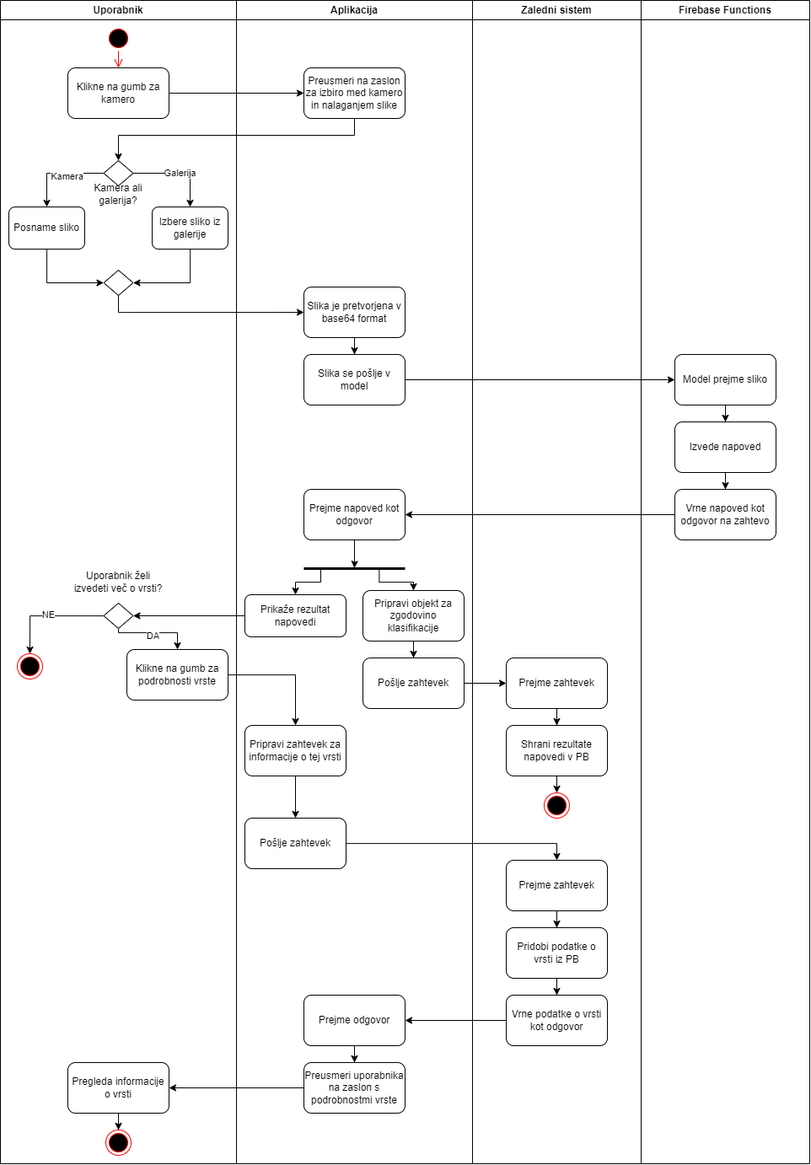
Before: Documentation/ActivityDiagrams/PlantClassification/DA_KlasifikacijaRastline.png, a diagram exported from draw.io (zala-lahovnik/BotaniAI). Source tidied: cells renumbered, new cells last; positions are measured from the earlier drawing's top-left corner, leaving out a move shared by most shapes.
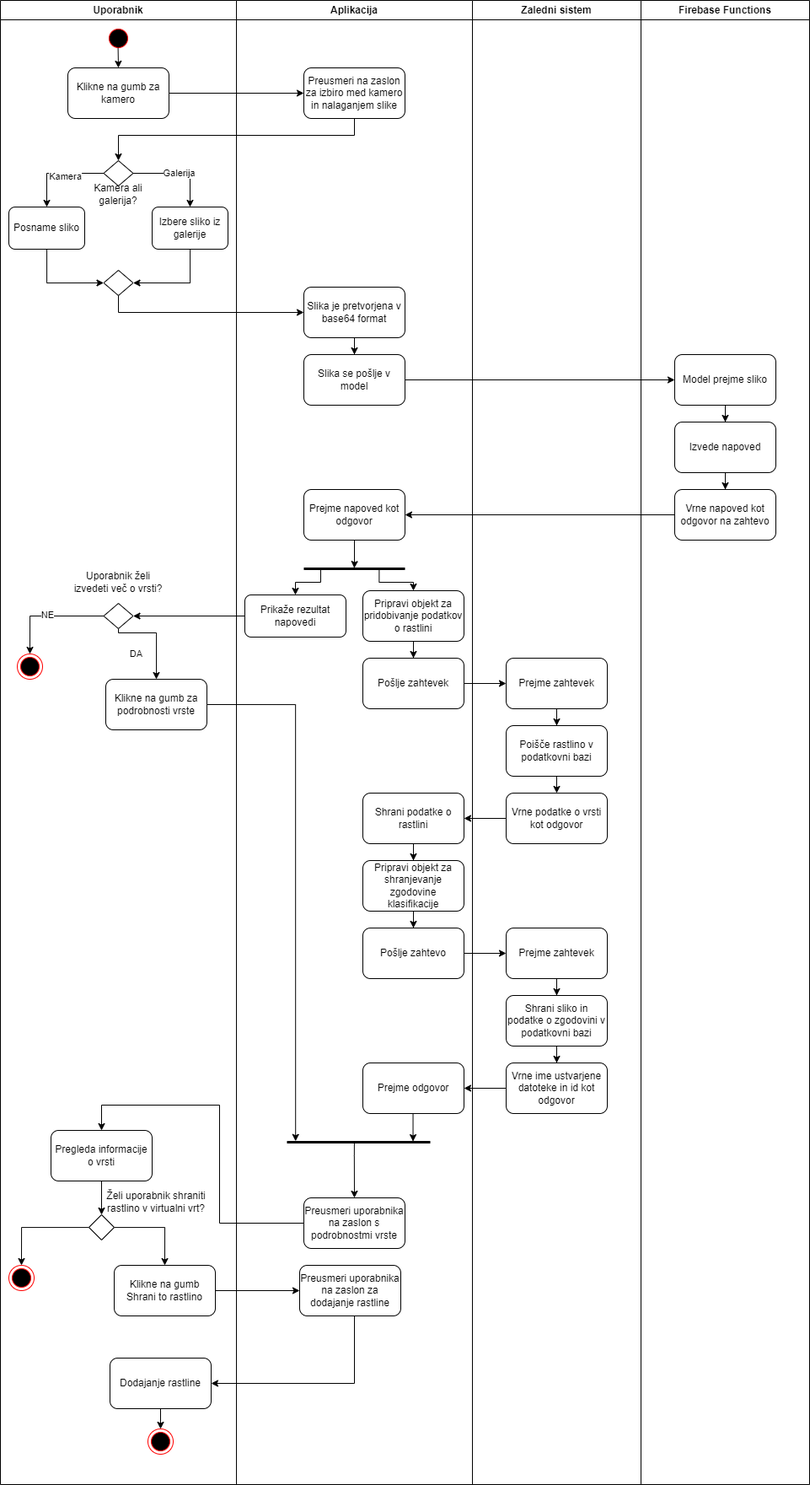
The same file after the commit.

Commit message:
docs: update activity diagram for plant classification

The edit, as a diff of the source:
```diff
@@ -3,12 +3,12 @@
     <mxCell id="0" />
     <mxCell id="1" parent="0" />
     <mxCell id="2" value="Uporabnik" style="swimlane;whiteSpace=wrap;html=1;" parent="1" vertex="1">
-      <mxGeometry width="280" height="1380" as="geometry" />
+      <mxGeometry width="280" height="1760" as="geometry" />
     </mxCell>
     <mxCell id="3" style="ellipse;html=1;shape=startState;fillColor=#000000;strokeColor=#ff0000;" parent="2" vertex="1">
       <mxGeometry x="125" y="30" width="30" height="30" as="geometry" />
     </mxCell>
-    <mxCell id="4" style="edgeStyle=orthogonalEdgeStyle;html=1;verticalAlign=bottom;endArrow=open;endSize=8;strokeColor=#ff0000;rounded=0;entryX=0.5;entryY=0;entryDx=0;entryDy=0;" parent="2" edge="1" source="3" target="5">
+    <mxCell id="4" style="edgeStyle=orthogonalEdgeStyle;rounded=0;jettySize=auto;html=1;exitX=0.486;exitY=0.869;exitDx=0;exitDy=0;exitPerimeter=0;entryX=0.5;entryY=0;entryDx=0;entryDy=0;" parent="2" edge="1" source="3" target="5">
       <mxGeometry relative="1" as="geometry" />
     </mxCell>
     <mxCell id="5" value="Klikne na gumb za kamero" style="rounded=1;whiteSpace=wrap;html=1;" parent="2" vertex="1">
@@ -67,7 +67,7 @@
       <mxGeometry x="122.5" y="320" width="35" height="30" as="geometry" />
     </mxCell>
     <mxCell id="17" value="Klikne na gumb za podrobnosti vrste" style="whiteSpace=wrap;html=1;rounded=1;" parent="2" vertex="1">
-      <mxGeometry x="150" y="770" width="120" height="60" as="geometry" />
+      <mxGeometry x="125" y="805" width="120" height="60" as="geometry" />
     </mxCell>
     <mxCell id="18" style="edgeStyle=orthogonalEdgeStyle;rounded=0;jettySize=auto;html=1;entryX=0.5;entryY=0;entryDx=0;entryDy=0;" parent="2" edge="1" source="22" target="23">
       <mxGeometry relative="1" as="geometry" />
@@ -79,7 +79,7 @@
       <mxGeometry relative="1" as="geometry">
         <Array as="points">
           <mxPoint x="140" y="750" />
-          <mxPoint x="210" y="750" />
+          <mxPoint x="185" y="750" />
         </Array>
       </mxGeometry>
     </mxCell>
@@ -97,17 +97,45 @@
     <mxCell id="24" value="Uporabnik želi izvedeti več o vrsti?" style="text;html=1;strokeColor=none;fillColor=none;align=center;verticalAlign=middle;whiteSpace=wrap;rounded=0;" parent="2" vertex="1">
       <mxGeometry x="85" y="675" width="110" height="30" as="geometry" />
     </mxCell>
-    <mxCell id="25" style="edgeStyle=orthogonalEdgeStyle;rounded=0;jettySize=auto;html=1;entryX=0.5;entryY=0;entryDx=0;entryDy=0;" parent="2" edge="1" source="26" target="27">
-      <mxGeometry relative="1" as="geometry" />
-    </mxCell>
+    <mxCell id="76" style="edgeStyle=orthogonalEdgeStyle;rounded=0;jettySize=auto;html=1;entryX=0.5;entryY=0;entryDx=0;entryDy=0;" parent="2" edge="1" source="26" target="79">
+      <mxGeometry relative="1" as="geometry" />
+    </mxCell>
     <mxCell id="26" value="Pregleda informacije o vrsti" style="whiteSpace=wrap;html=1;rounded=1;" parent="2" vertex="1">
-      <mxGeometry x="80" y="1260" width="120" height="60" as="geometry" />
+      <mxGeometry x="60" y="1340" width="120" height="60" as="geometry" />
     </mxCell>
     <mxCell id="27" style="ellipse;html=1;shape=endState;fillColor=#000000;strokeColor=#ff0000;" parent="2" vertex="1">
-      <mxGeometry x="125" y="1340" width="30" height="30" as="geometry" />
+      <mxGeometry x="10" y="1500" width="30" height="30" as="geometry" />
     </mxCell>
+    <mxCell id="77" style="edgeStyle=orthogonalEdgeStyle;rounded=0;jettySize=auto;html=1;entryX=0.5;entryY=0;entryDx=0;entryDy=0;" parent="2" edge="1" source="79" target="27">
+      <mxGeometry relative="1" as="geometry" />
+    </mxCell>
+    <mxCell id="78" style="edgeStyle=orthogonalEdgeStyle;rounded=0;jettySize=auto;html=1;entryX=0.5;entryY=0;entryDx=0;entryDy=0;" parent="2" edge="1" source="79" target="81">
+      <mxGeometry relative="1" as="geometry">
+        <Array as="points">
+          <mxPoint x="195" y="1455" />
+        </Array>
+      </mxGeometry>
+    </mxCell>
+    <mxCell id="79" style="rhombus;whiteSpace=wrap;html=1;" parent="2" vertex="1">
+      <mxGeometry x="105" y="1440" width="30" height="30" as="geometry" />
+    </mxCell>
+    <mxCell id="80" value="Želi uporabnik shraniti rastlino v virtualni vrt?" style="text;html=1;strokeColor=none;fillColor=none;align=center;verticalAlign=middle;whiteSpace=wrap;rounded=0;" parent="2" vertex="1">
+      <mxGeometry x="120" y="1410" width="130" height="30" as="geometry" />
+    </mxCell>
+    <mxCell id="81" value="Klikne na gumb Shrani to rastlino" style="rounded=1;whiteSpace=wrap;html=1;" parent="2" vertex="1">
+      <mxGeometry x="135" y="1500" width="120" height="60" as="geometry" />
+    </mxCell>
+    <mxCell id="82" style="edgeStyle=orthogonalEdgeStyle;rounded=0;jettySize=auto;html=1;entryX=0.5;entryY=0;entryDx=0;entryDy=0;" parent="2" edge="1" source="83" target="84">
+      <mxGeometry relative="1" as="geometry" />
+    </mxCell>
+    <mxCell id="83" value="Dodajanje rastline" style="whiteSpace=wrap;html=1;rounded=1;" parent="2" vertex="1">
+      <mxGeometry x="130" y="1610" width="120" height="60" as="geometry" />
+    </mxCell>
+    <mxCell id="84" style="ellipse;html=1;shape=endState;fillColor=#000000;strokeColor=#ff0000;" parent="2" vertex="1">
+      <mxGeometry x="175" y="1694" width="30" height="30" as="geometry" />
+    </mxCell>
     <mxCell id="28" value="Aplikacija" style="swimlane;whiteSpace=wrap;html=1;" parent="1" vertex="1">
-      <mxGeometry x="280" width="280" height="1380" as="geometry" />
+      <mxGeometry x="280" width="280" height="1760" as="geometry" />
     </mxCell>
     <mxCell id="29" value="Preusmeri na zaslon za izbiro med kamero in nalaganjem slike" style="rounded=1;whiteSpace=wrap;html=1;" parent="28" vertex="1">
       <mxGeometry x="80" y="80" width="120" height="60" as="geometry" />
@@ -138,7 +166,7 @@
     <mxCell id="36" style="edgeStyle=orthogonalEdgeStyle;rounded=0;jettySize=auto;html=1;" parent="28" edge="1" source="37" target="38">
       <mxGeometry relative="1" as="geometry" />
     </mxCell>
-    <mxCell id="37" value="Pripravi objekt za zgodovino klasifikacije" style="rounded=1;whiteSpace=wrap;html=1;" parent="28" vertex="1">
+    <mxCell id="37" value="Pripravi objekt za pridobivanje podatkov o rastlini" style="rounded=1;whiteSpace=wrap;html=1;" parent="28" vertex="1">
       <mxGeometry x="150" y="700" width="120" height="60" as="geometry" />
     </mxCell>
     <mxCell id="38" value="Pošlje zahtevek" style="rounded=1;whiteSpace=wrap;html=1;" parent="28" vertex="1">
@@ -163,26 +191,50 @@
     <mxCell id="41" style="line;strokeWidth=3;fillColor=none;align=left;verticalAlign=middle;spacingTop=-1;spacingLeft=3;spacingRight=3;labelPosition=right;points=[];portConstraint=eastwest;strokeColor=inherit;" parent="28" vertex="1">
       <mxGeometry x="80" y="670" width="120" height="8" as="geometry" />
     </mxCell>
-    <mxCell id="42" value="Pripravi zahtevek za informacije o tej vrsti" style="whiteSpace=wrap;html=1;rounded=1;" parent="28" vertex="1">
-      <mxGeometry x="10" y="860" width="120" height="60" as="geometry" />
-    </mxCell>
-    <mxCell id="43" value="Pošlje zahtevek" style="rounded=1;whiteSpace=wrap;html=1;" parent="28" vertex="1">
-      <mxGeometry x="10" y="970" width="120" height="60" as="geometry" />
-    </mxCell>
-    <mxCell id="44" style="edgeStyle=orthogonalEdgeStyle;rounded=0;jettySize=auto;html=1;" parent="28" edge="1" source="42" target="43">
-      <mxGeometry relative="1" as="geometry" />
-    </mxCell>
-    <mxCell id="45" style="edgeStyle=orthogonalEdgeStyle;rounded=0;jettySize=auto;html=1;" parent="28" edge="1" source="46" target="47">
-      <mxGeometry relative="1" as="geometry" />
-    </mxCell>
+    <mxCell id="85" style="edgeStyle=orthogonalEdgeStyle;rounded=0;jettySize=auto;html=1;entryX=0.88;entryY=0.378;entryDx=0;entryDy=0;entryPerimeter=0;" parent="28" edge="1" source="46" target="92">
+      <mxGeometry relative="1" as="geometry">
+        <Array as="points">
+          <mxPoint x="210" y="1353" />
+        </Array>
+      </mxGeometry>
+    </mxCell>
     <mxCell id="46" value="Prejme odgovor" style="whiteSpace=wrap;html=1;rounded=1;" parent="28" vertex="1">
-      <mxGeometry x="80" y="1180" width="120" height="60" as="geometry" />
+      <mxGeometry x="150" y="1260" width="120" height="60" as="geometry" />
     </mxCell>
+    <mxCell id="86" style="edgeStyle=orthogonalEdgeStyle;rounded=0;jettySize=auto;html=1;exitX=0.47;exitY=0.696;exitDx=0;exitDy=0;exitPerimeter=0;entryX=0.5;entryY=0;entryDx=0;entryDy=0;" parent="28" edge="1" source="92" target="47">
+      <mxGeometry relative="1" as="geometry">
+        <Array as="points">
+          <mxPoint x="140" y="1370" />
+          <mxPoint x="140" y="1370" />
+        </Array>
+      </mxGeometry>
+    </mxCell>
     <mxCell id="47" value="Preusmeri uporabnika na zaslon s podrobnostmi vrste" style="whiteSpace=wrap;html=1;rounded=1;" parent="28" vertex="1">
-      <mxGeometry x="80" y="1260" width="120" height="60" as="geometry" />
+      <mxGeometry x="80" y="1420" width="120" height="60" as="geometry" />
     </mxCell>
+    <mxCell id="87" style="edgeStyle=orthogonalEdgeStyle;rounded=0;jettySize=auto;html=1;" parent="28" edge="1" source="88" target="90">
+      <mxGeometry relative="1" as="geometry" />
+    </mxCell>
+    <mxCell id="88" value="Shrani podatke o rastlini" style="whiteSpace=wrap;html=1;rounded=1;" parent="28" vertex="1">
+      <mxGeometry x="150" y="940" width="120" height="60" as="geometry" />
+    </mxCell>
+    <mxCell id="89" style="edgeStyle=orthogonalEdgeStyle;rounded=0;jettySize=auto;html=1;entryX=0.5;entryY=0;entryDx=0;entryDy=0;" parent="28" edge="1" source="90" target="91">
+      <mxGeometry relative="1" as="geometry" />
+    </mxCell>
+    <mxCell id="90" value="Pripravi objekt za shranjevanje zgodovine klasifikacije" style="whiteSpace=wrap;html=1;rounded=1;" parent="28" vertex="1">
+      <mxGeometry x="150" y="1020" width="120" height="60" as="geometry" />
+    </mxCell>
+    <mxCell id="91" value="Pošlje zahtevo" style="whiteSpace=wrap;html=1;rounded=1;" parent="28" vertex="1">
+      <mxGeometry x="150" y="1100" width="120" height="60" as="geometry" />
+    </mxCell>
+    <mxCell id="92" style="line;strokeWidth=3;fillColor=none;align=left;verticalAlign=middle;spacingTop=-1;spacingLeft=3;spacingRight=3;labelPosition=right;points=[];portConstraint=eastwest;strokeColor=inherit;" parent="28" vertex="1">
+      <mxGeometry x="60" y="1350" width="170" height="8" as="geometry" />
+    </mxCell>
+    <mxCell id="93" value="Preusmeri uporabnika na zaslon za dodajanje rastline" style="whiteSpace=wrap;html=1;rounded=1;" parent="28" vertex="1">
+      <mxGeometry x="75" y="1500" width="120" height="60" as="geometry" />
+    </mxCell>
     <mxCell id="48" value="Zaledni sistem" style="swimlane;whiteSpace=wrap;html=1;startSize=23;" parent="1" vertex="1">
-      <mxGeometry x="560" width="200" height="1380" as="geometry" />
+      <mxGeometry x="560" width="200" height="1760" as="geometry" />
     </mxCell>
     <mxCell id="49" style="edgeStyle=orthogonalEdgeStyle;rounded=0;jettySize=auto;html=1;" parent="48" edge="1" source="50" target="51">
       <mxGeometry relative="1" as="geometry" />
@@ -190,32 +242,32 @@
     <mxCell id="50" value="Prejme zahtevek" style="whiteSpace=wrap;html=1;rounded=1;" parent="48" vertex="1">
       <mxGeometry x="40" y="780" width="120" height="60" as="geometry" />
     </mxCell>
-    <mxCell id="51" value="Shrani rezultate napovedi v PB" style="whiteSpace=wrap;html=1;rounded=1;" parent="48" vertex="1">
+    <mxCell id="51" value="Poišče rastlino v podatkovni bazi" style="whiteSpace=wrap;html=1;rounded=1;" parent="48" vertex="1">
       <mxGeometry x="40" y="860" width="120" height="60" as="geometry" />
     </mxCell>
-    <mxCell id="52" style="edgeStyle=orthogonalEdgeStyle;rounded=0;jettySize=auto;html=1;exitX=0.5;exitY=1;exitDx=0;exitDy=0;entryX=0.5;entryY=0;entryDx=0;entryDy=0;" parent="48" edge="1" source="51" target="53">
+    <mxCell id="52" style="edgeStyle=orthogonalEdgeStyle;rounded=0;jettySize=auto;html=1;exitX=0.5;exitY=1;exitDx=0;exitDy=0;entryX=0.5;entryY=0;entryDx=0;entryDy=0;" parent="48" edge="1" source="51" target="94">
       <mxGeometry relative="1" as="geometry" />
     </mxCell>
-    <mxCell id="53" style="ellipse;html=1;shape=endState;fillColor=#000000;strokeColor=#ff0000;" parent="48" vertex="1">
-      <mxGeometry x="85" y="940" width="30" height="30" as="geometry" />
-    </mxCell>
     <mxCell id="54" style="edgeStyle=orthogonalEdgeStyle;rounded=0;jettySize=auto;html=1;" parent="48" edge="1" source="55" target="57">
       <mxGeometry relative="1" as="geometry" />
     </mxCell>
     <mxCell id="55" value="Prejme zahtevek" style="whiteSpace=wrap;html=1;rounded=1;" parent="48" vertex="1">
-      <mxGeometry x="40" y="1020" width="120" height="60" as="geometry" />
+      <mxGeometry x="40" y="1100" width="120" height="60" as="geometry" />
     </mxCell>
     <mxCell id="56" style="edgeStyle=orthogonalEdgeStyle;rounded=0;jettySize=auto;html=1;" parent="48" edge="1" source="57" target="58">
       <mxGeometry relative="1" as="geometry" />
     </mxCell>
-    <mxCell id="57" value="Pridobi podatke o vrsti iz PB" style="whiteSpace=wrap;html=1;rounded=1;" parent="48" vertex="1">
-      <mxGeometry x="40" y="1100" width="120" height="60" as="geometry" />
+    <mxCell id="57" value="Shrani sliko in podatke o zgodovini v podatkovni bazi" style="whiteSpace=wrap;html=1;rounded=1;" parent="48" vertex="1">
+      <mxGeometry x="40" y="1180" width="120" height="60" as="geometry" />
     </mxCell>
-    <mxCell id="58" value="Vrne podatke o vrsti kot odgovor" style="whiteSpace=wrap;html=1;rounded=1;" parent="48" vertex="1">
-      <mxGeometry x="40" y="1180" width="120" height="60" as="geometry" />
+    <mxCell id="58" value="Vrne ime ustvarjene datoteke in id kot odgovor" style="whiteSpace=wrap;html=1;rounded=1;" parent="48" vertex="1">
+      <mxGeometry x="40" y="1260" width="120" height="60" as="geometry" />
     </mxCell>
+    <mxCell id="94" value="Vrne podatke o vrsti kot odgovor" style="whiteSpace=wrap;html=1;rounded=1;" parent="48" vertex="1">
+      <mxGeometry x="40" y="940" width="120" height="60" as="geometry" />
+    </mxCell>
     <mxCell id="59" value="Firebase Functions" style="swimlane;whiteSpace=wrap;html=1;" parent="1" vertex="1">
-      <mxGeometry x="760" width="200" height="1380" as="geometry" />
+      <mxGeometry x="760" width="200" height="1760" as="geometry" />
     </mxCell>
     <mxCell id="60" style="edgeStyle=orthogonalEdgeStyle;rounded=0;jettySize=auto;html=1;" parent="59" edge="1" source="61" target="63">
       <mxGeometry relative="1" as="geometry" />
@@ -262,21 +314,40 @@
     <mxCell id="71" style="edgeStyle=orthogonalEdgeStyle;rounded=0;jettySize=auto;html=1;" parent="1" edge="1" source="38" target="50">
       <mxGeometry relative="1" as="geometry" />
     </mxCell>
-    <mxCell id="72" style="edgeStyle=orthogonalEdgeStyle;rounded=0;jettySize=auto;html=1;" parent="1" edge="1" source="17" target="42">
-      <mxGeometry relative="1" as="geometry" />
-    </mxCell>
-    <mxCell id="73" style="edgeStyle=orthogonalEdgeStyle;rounded=0;jettySize=auto;html=1;" parent="1" edge="1" source="43" target="55">
-      <mxGeometry relative="1" as="geometry">
-        <Array as="points">
-          <mxPoint x="660" y="1000" />
-        </Array>
-      </mxGeometry>
-    </mxCell>
     <mxCell id="74" style="edgeStyle=orthogonalEdgeStyle;rounded=0;jettySize=auto;html=1;" parent="1" edge="1" source="58" target="46">
       <mxGeometry relative="1" as="geometry" />
     </mxCell>
     <mxCell id="75" style="edgeStyle=orthogonalEdgeStyle;rounded=0;jettySize=auto;html=1;" parent="1" edge="1" source="47" target="26">
-      <mxGeometry relative="1" as="geometry" />
+      <mxGeometry relative="1" as="geometry">
+        <Array as="points">
+          <mxPoint x="260" y="1450" />
+          <mxPoint x="260" y="1310" />
+          <mxPoint x="120" y="1310" />
+        </Array>
+      </mxGeometry>
     </mxCell>
+    <mxCell id="95" style="edgeStyle=orthogonalEdgeStyle;rounded=0;jettySize=auto;html=1;" parent="1" edge="1" source="94" target="88">
+      <mxGeometry relative="1" as="geometry" />
+    </mxCell>
+    <mxCell id="96" style="edgeStyle=orthogonalEdgeStyle;rounded=0;jettySize=auto;html=1;entryX=0;entryY=0.5;entryDx=0;entryDy=0;exitX=1;exitY=0.5;exitDx=0;exitDy=0;" parent="1" edge="1" source="91" target="55">
+      <mxGeometry relative="1" as="geometry" />
+    </mxCell>
+    <mxCell id="97" style="edgeStyle=orthogonalEdgeStyle;rounded=0;jettySize=auto;html=1;" parent="1" edge="1" source="93" target="83">
+      <mxGeometry relative="1" as="geometry">
+        <Array as="points">
+          <mxPoint x="420" y="1640" />
+        </Array>
+      </mxGeometry>
+    </mxCell>
+    <mxCell id="98" style="edgeStyle=orthogonalEdgeStyle;rounded=0;jettySize=auto;html=1;" parent="1" edge="1" source="81" target="93">
+      <mxGeometry relative="1" as="geometry" />
+    </mxCell>
+    <mxCell id="44" style="edgeStyle=orthogonalEdgeStyle;rounded=0;jettySize=auto;html=1;entryX=0.06;entryY=0.346;entryDx=0;entryDy=0;entryPerimeter=0;exitX=1;exitY=0.5;exitDx=0;exitDy=0;" parent="1" edge="1" source="17" target="92">
+      <mxGeometry relative="1" as="geometry">
+        <Array as="points">
+          <mxPoint x="350" y="835" />
+        </Array>
+      </mxGeometry>
+    </mxCell>
   </root>
 </mxGraphModel>
```
